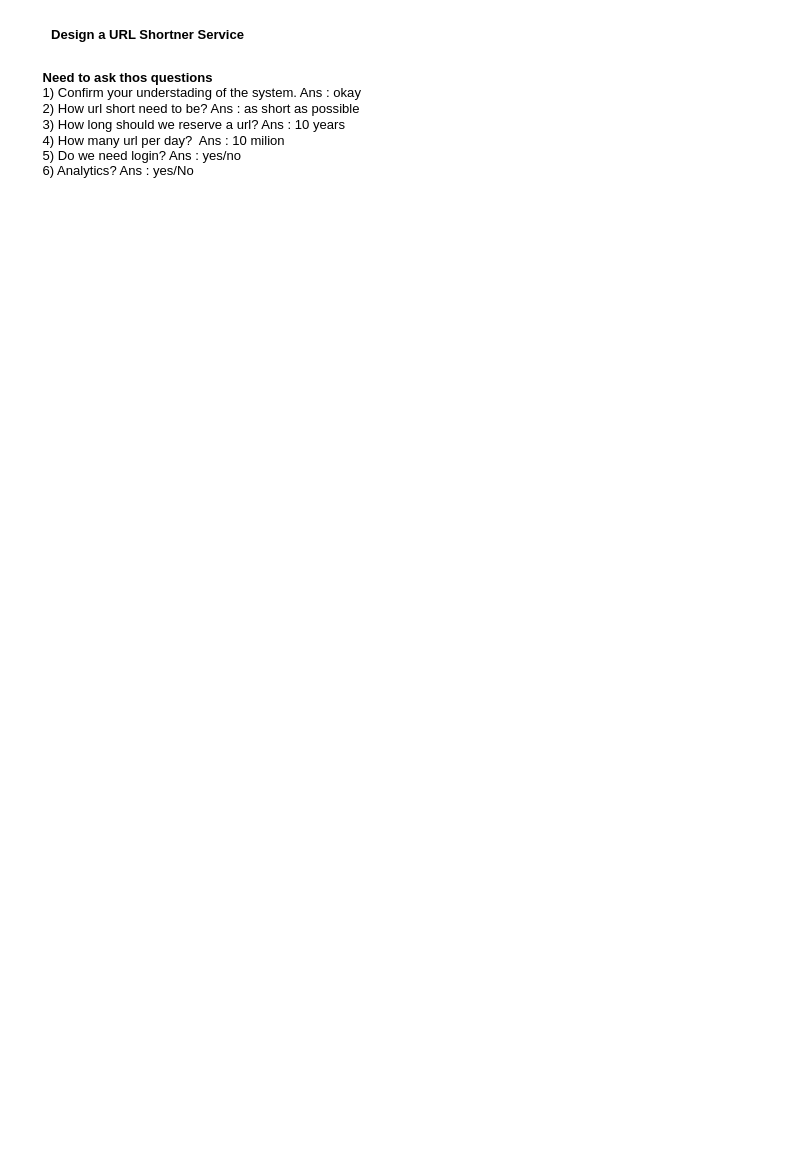
This is url-shortner.drawio from bappimazumder/system-design, a draw.io file, before an edit. Source tidied: cells renumbered, new cells numbered last; positions are measured from the earlier drawing's top-left corner, leaving out a move shared by most shapes. Both pictures are drawn from the tidied source at 109%, with x=0, y=0 at pixel (19, 19).
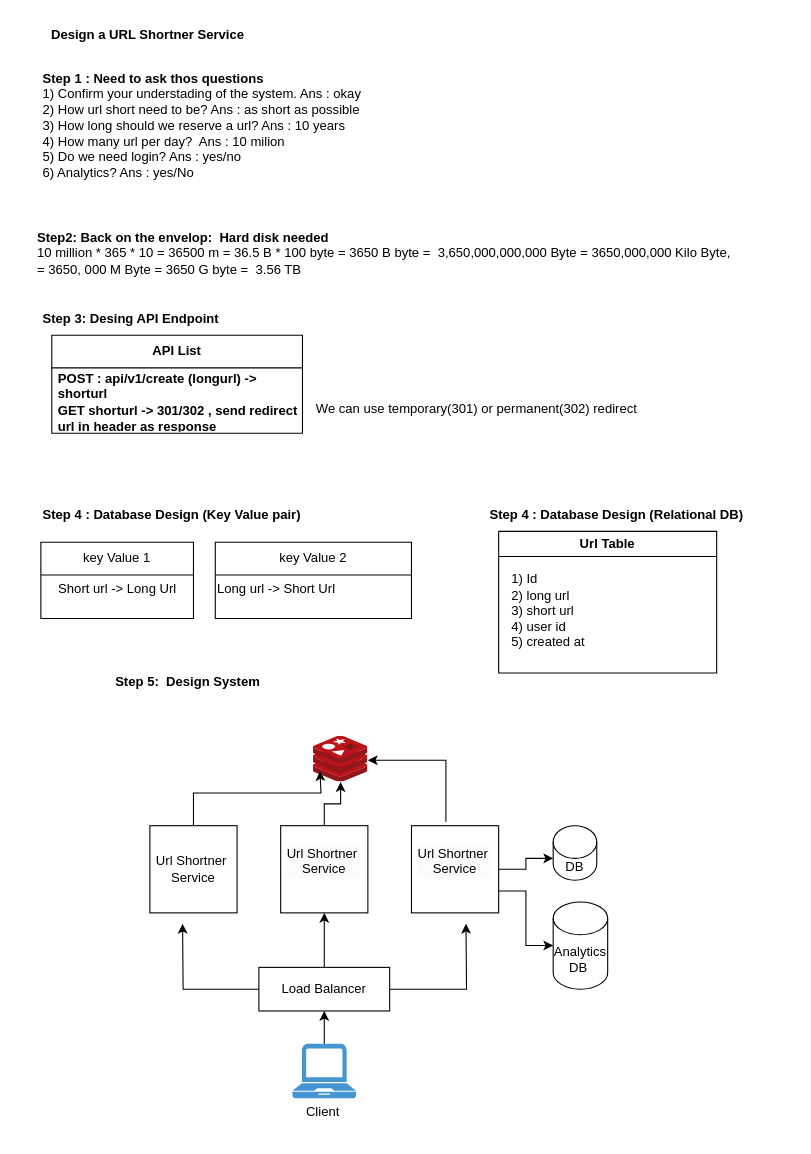
After the change.

The edit, as a diff of the source:
```diff
@@
-    <mxCell id="3" value="&lt;b&gt;Need to ask thos questions&lt;/b&gt;&lt;div&gt;1) Confirm your understading of the system. Ans : okay&lt;/div&gt;&lt;div&gt;2) How url short need to be? Ans : as short as possible&lt;/div&gt;&lt;div&gt;3) How long should we reserve a url? Ans : 10 years&lt;/div&gt;&lt;div&gt;4) How many url per day?&amp;nbsp; Ans : 10 milion&lt;/div&gt;&lt;div&gt;5) Do we need login? Ans : yes/no&lt;/div&gt;&lt;div&gt;6) Analytics? Ans : yes/No&lt;/div&gt;" style="text;html=1;align=left;verticalAlign=top;whiteSpace=wrap;rounded=0;" parent="1" vertex="1">
-      <mxGeometry x="20" y="40" width="420" height="120" as="geometry" />
+    <mxCell id="3" value="&lt;b&gt;Step 1 : Need to ask thos questions&lt;/b&gt;&lt;div&gt;1) Confirm your understading of the system. Ans : okay&lt;/div&gt;&lt;div&gt;2) How url short need to be? Ans : as short as possible&lt;/div&gt;&lt;div&gt;3) How long should we reserve a url? Ans : 10 years&lt;/div&gt;&lt;div&gt;4) How many url per day?&amp;nbsp; Ans : 10 milion&lt;/div&gt;&lt;div&gt;5) Do we need login? Ans : yes/no&lt;/div&gt;&lt;div&gt;6) Analytics? Ans : yes/No&lt;/div&gt;&lt;div&gt;&lt;br&gt;&lt;/div&gt;&lt;div&gt;&lt;br&gt;&lt;/div&gt;" style="text;html=1;align=left;verticalAlign=top;whiteSpace=wrap;rounded=0;" parent="1" vertex="1">
+      <mxGeometry x="20" y="41" width="650" height="119" as="geometry" />
     </mxCell>
+    <mxCell id="4" value="&lt;div style=&quot;text-align: left;&quot;&gt;&lt;b&gt;Step2: Back on the envelop:&amp;nbsp; Hard disk needed&lt;/b&gt;&amp;nbsp;&lt;/div&gt;&lt;div style=&quot;text-align: left;&quot;&gt;10 million * 365 * 10 = 36500 m = 36.5 B * 100 byte = 3650 B byte =&amp;nbsp;&amp;nbsp;3,650,000,000,000 Byte = 3650,000,000 Kilo Byte,&lt;/div&gt;&lt;div style=&quot;text-align: left;&quot;&gt;= 3650, 000 M Byte = 3650 G byte =&amp;nbsp; 3.56 TB&lt;/div&gt;" style="text;html=1;align=center;verticalAlign=middle;whiteSpace=wrap;rounded=0;" parent="1" vertex="1">
+      <mxGeometry x="10" y="180" width="650" height="70" as="geometry" />
+    </mxCell>
+    <mxCell id="5" value="Step 3: Desing API Endpoint&amp;nbsp;" style="text;html=1;align=left;verticalAlign=middle;whiteSpace=wrap;rounded=0;fontStyle=1;" parent="1" vertex="1">
+      <mxGeometry x="20" y="260" width="220" height="30" as="geometry" />
+    </mxCell>
+    <mxCell id="6" value="API List" style="swimlane;fontStyle=1;horizontal=1;startSize=30;whiteSpace=wrap;html=1;" parent="1" vertex="1">
+      <mxGeometry x="30" y="290" width="230" height="90" as="geometry" />
+    </mxCell>
+    <mxCell id="7" value="POST : api/v1/create (longurl) -&amp;gt; shorturl" style="text;strokeColor=none;fillColor=none;align=left;verticalAlign=middle;spacingLeft=4;spacingRight=4;overflow=hidden;whiteSpace=wrap;html=1;fontStyle=1;" parent="6" vertex="1">
+      <mxGeometry y="30" width="230" height="30" as="geometry" />
+    </mxCell>
+    <mxCell id="8" value="GET shorturl -&amp;gt; 301/302 , send redirect url in header as response" style="text;strokeColor=none;fillColor=none;align=left;verticalAlign=middle;spacingLeft=4;spacingRight=4;overflow=hidden;whiteSpace=wrap;html=1;fontStyle=1;" parent="6" vertex="1">
+      <mxGeometry y="60" width="230" height="30" as="geometry" />
+    </mxCell>
+    <mxCell id="9" value="We can use temporary(301) or permanent(302) redirect&lt;div&gt;&lt;br&gt;&lt;/div&gt;" style="text;html=1;align=center;verticalAlign=middle;whiteSpace=wrap;rounded=0;" parent="1" vertex="1">
+      <mxGeometry x="270" y="350" width="300" height="30" as="geometry" />
+    </mxCell>
+    <mxCell id="10" value="Step 4 : Database Design (Key Value pair)" style="text;html=1;align=left;verticalAlign=middle;whiteSpace=wrap;rounded=0;fontStyle=1;" parent="1" vertex="1">
+      <mxGeometry x="20" y="440" width="280" height="30" as="geometry" />
+    </mxCell>
+    <mxCell id="11" value="key Value 1" style="swimlane;fontStyle=0;horizontal=1;startSize=30;whiteSpace=wrap;html=1;" parent="1" vertex="1">
+      <mxGeometry x="20" y="480" width="140" height="70" as="geometry" />
+    </mxCell>
+    <mxCell id="12" value="Short url -&amp;gt; Long Url&lt;div&gt;&lt;br&gt;&lt;/div&gt;" style="text;html=1;align=center;verticalAlign=middle;strokeColor=none;fillColor=none;" parent="11" vertex="1">
+      <mxGeometry y="30" width="140" height="40" as="geometry" />
+    </mxCell>
+    <mxCell id="13" value="key Value 2" style="swimlane;fontStyle=0;horizontal=1;startSize=30;whiteSpace=wrap;html=1;" parent="1" vertex="1">
+      <mxGeometry x="180" y="480" width="180" height="70" as="geometry" />
+    </mxCell>
+    <mxCell id="14" value="Long url -&amp;gt; Short&amp;nbsp;&lt;span style=&quot;background-color: initial;&quot;&gt;Url&lt;/span&gt;&lt;div&gt;&lt;div&gt;&lt;br&gt;&lt;/div&gt;&lt;/div&gt;" style="text;html=1;align=left;verticalAlign=middle;strokeColor=none;fillColor=none;" parent="13" vertex="1">
+      <mxGeometry y="30" width="180" height="40" as="geometry" />
+    </mxCell>
+    <mxCell id="15" value="Step 4 : Database Design (Relational DB)" style="text;html=1;align=left;verticalAlign=middle;whiteSpace=wrap;rounded=0;fontStyle=1;" parent="1" vertex="1">
+      <mxGeometry x="430" y="440" width="280" height="30" as="geometry" />
+    </mxCell>
+    <mxCell id="16" value="Url Table" style="swimlane;whiteSpace=wrap;html=1;" parent="1" vertex="1">
+      <mxGeometry x="440" y="470" width="200" height="130" as="geometry" />
+    </mxCell>
+    <mxCell id="17" value="1) Id&amp;nbsp;&lt;div&gt;2) long url&amp;nbsp;&lt;/div&gt;&lt;div&gt;3) short url&amp;nbsp;&lt;/div&gt;&lt;div&gt;4) user id&amp;nbsp;&lt;/div&gt;&lt;div&gt;5) created at&lt;/div&gt;&lt;div&gt;&lt;br&gt;&lt;/div&gt;" style="text;html=1;align=left;verticalAlign=middle;strokeColor=none;fillColor=none;" parent="16" vertex="1">
+      <mxGeometry x="10" y="30" width="90" height="100" as="geometry" />
+    </mxCell>
+    <mxCell id="18" value="Step 5:&amp;nbsp; Design System&lt;div&gt;&lt;br&gt;&lt;/div&gt;" style="text;html=1;align=center;verticalAlign=middle;whiteSpace=wrap;rounded=0;fontStyle=1;" parent="1" vertex="1">
+      <mxGeometry x="20" y="600" width="270" height="30" as="geometry" />
+    </mxCell>
+    <mxCell id="19" style="edgeStyle=orthogonalEdgeStyle;rounded=0;jettySize=auto;html=1;" parent="1" edge="1" source="22">
+      <mxGeometry relative="1" as="geometry">
+        <mxPoint x="150" y="830" as="targetPoint" />
+      </mxGeometry>
+    </mxCell>
+    <mxCell id="20" style="edgeStyle=orthogonalEdgeStyle;rounded=0;jettySize=auto;html=1;entryX=0.5;entryY=1;entryDx=0;entryDy=0;" parent="1" edge="1" source="22" target="26">
+      <mxGeometry relative="1" as="geometry" />
+    </mxCell>
+    <mxCell id="21" style="edgeStyle=orthogonalEdgeStyle;rounded=0;jettySize=auto;html=1;exitX=1;exitY=0.5;exitDx=0;exitDy=0;" parent="1" edge="1" source="22">
+      <mxGeometry relative="1" as="geometry">
+        <mxPoint x="410" y="830" as="targetPoint" />
+      </mxGeometry>
+    </mxCell>
+    <mxCell id="22" value="Load Balancer" style="rounded=0;whiteSpace=wrap;html=1;" parent="1" vertex="1">
+      <mxGeometry x="220" y="870" width="120" height="40" as="geometry" />
+    </mxCell>
+    <mxCell id="23" style="edgeStyle=orthogonalEdgeStyle;rounded=0;jettySize=auto;html=1;entryX=0.5;entryY=1;entryDx=0;entryDy=0;" parent="1" edge="1" source="24" target="22">
+      <mxGeometry relative="1" as="geometry" />
+    </mxCell>
+    <mxCell id="24" style="shadow=0;dashed=0;html=1;strokeColor=none;fillColor=#4495D1;labelPosition=center;verticalLabelPosition=bottom;verticalAlign=top;align=center;outlineConnect=0;shape=mxgraph.veeam.laptop;" parent="1" vertex="1">
+      <mxGeometry x="250.8" y="940" width="58.4" height="50" as="geometry" />
+    </mxCell>
+    <mxCell id="25" value="Url Shortner&amp;nbsp;&lt;div&gt;Service&lt;/div&gt;" style="whiteSpace=wrap;html=1;" parent="1" vertex="1">
+      <mxGeometry x="120" y="740" width="80" height="80" as="geometry" />
+    </mxCell>
+    <mxCell id="26" value="&#10;&lt;span style=&quot;color: rgb(0, 0, 0); font-family: Helvetica; font-size: 12px; font-style: normal; font-variant-ligatures: normal; font-variant-caps: normal; font-weight: 400; letter-spacing: normal; orphans: 2; text-align: center; text-indent: 0px; text-transform: none; widows: 2; word-spacing: 0px; -webkit-text-stroke-width: 0px; white-space: normal; background-color: rgb(251, 251, 251); text-decoration-thickness: initial; text-decoration-style: initial; text-decoration-color: initial; display: inline !important; float: none;&quot;&gt;Url Shortner&amp;nbsp;&lt;/span&gt;&lt;div style=&quot;forced-color-adjust: none; color: rgb(0, 0, 0); font-family: Helvetica; font-size: 12px; font-style: normal; font-variant-ligatures: normal; font-variant-caps: normal; font-weight: 400; letter-spacing: normal; orphans: 2; text-align: center; text-indent: 0px; text-transform: none; widows: 2; word-spacing: 0px; -webkit-text-stroke-width: 0px; white-space: normal; background-color: rgb(251, 251, 251); text-decoration-thickness: initial; text-decoration-style: initial; text-decoration-color: initial;&quot;&gt;Service&lt;/div&gt;&#10;&#10;" style="whiteSpace=wrap;html=1;" parent="1" vertex="1">
+      <mxGeometry x="240" y="740" width="80" height="80" as="geometry" />
+    </mxCell>
+    <mxCell id="27" style="edgeStyle=orthogonalEdgeStyle;rounded=0;jettySize=auto;html=1;exitX=0.395;exitY=-0.045;exitDx=0;exitDy=0;exitPerimeter=0;" parent="1" edge="1" source="28" target="30">
+      <mxGeometry relative="1" as="geometry">
+        <Array as="points">
+          <mxPoint x="392" y="680" />
+        </Array>
+      </mxGeometry>
+    </mxCell>
+    <mxCell id="28" value="&#10;&lt;span style=&quot;color: rgb(0, 0, 0); font-family: Helvetica; font-size: 12px; font-style: normal; font-variant-ligatures: normal; font-variant-caps: normal; font-weight: 400; letter-spacing: normal; orphans: 2; text-align: center; text-indent: 0px; text-transform: none; widows: 2; word-spacing: 0px; -webkit-text-stroke-width: 0px; white-space: normal; background-color: rgb(251, 251, 251); text-decoration-thickness: initial; text-decoration-style: initial; text-decoration-color: initial; display: inline !important; float: none;&quot;&gt;Url Shortner&amp;nbsp;&lt;/span&gt;&lt;div style=&quot;forced-color-adjust: none; color: rgb(0, 0, 0); font-family: Helvetica; font-size: 12px; font-style: normal; font-variant-ligatures: normal; font-variant-caps: normal; font-weight: 400; letter-spacing: normal; orphans: 2; text-align: center; text-indent: 0px; text-transform: none; widows: 2; word-spacing: 0px; -webkit-text-stroke-width: 0px; white-space: normal; background-color: rgb(251, 251, 251); text-decoration-thickness: initial; text-decoration-style: initial; text-decoration-color: initial;&quot;&gt;Service&lt;/div&gt;&#10;&#10;" style="whiteSpace=wrap;html=1;" parent="1" vertex="1">
+      <mxGeometry x="360" y="740" width="80" height="80" as="geometry" />
+    </mxCell>
+    <mxCell id="29" value="DB" style="shape=cylinder3;whiteSpace=wrap;html=1;boundedLbl=1;backgroundOutline=1;size=15;" parent="1" vertex="1">
+      <mxGeometry x="490" y="740" width="40" height="50" as="geometry" />
+    </mxCell>
+    <mxCell id="30" style="image;sketch=0;html=1;points=[];align=center;fontSize=12;image=img/lib/mscae/Cache_Redis_Product.svg;" parent="1" vertex="1">
+      <mxGeometry x="270" y="658" width="50" height="42" as="geometry" />
+    </mxCell>
+    <mxCell id="31" style="edgeStyle=orthogonalEdgeStyle;rounded=0;jettySize=auto;html=1;" parent="1" edge="1" source="26" target="30">
+      <mxGeometry relative="1" as="geometry" />
+    </mxCell>
+    <mxCell id="32" style="edgeStyle=orthogonalEdgeStyle;rounded=0;jettySize=auto;html=1;" parent="1" edge="1" source="25">
+      <mxGeometry relative="1" as="geometry">
+        <mxPoint x="276" y="690" as="targetPoint" />
+        <Array as="points">
+          <mxPoint x="160" y="710" />
+          <mxPoint x="277" y="710" />
+        </Array>
+      </mxGeometry>
+    </mxCell>
+    <mxCell id="33" style="edgeStyle=orthogonalEdgeStyle;rounded=0;jettySize=auto;html=1;entryX=0;entryY=0;entryDx=0;entryDy=30;entryPerimeter=0;" parent="1" edge="1" source="28" target="29">
+      <mxGeometry relative="1" as="geometry" />
+    </mxCell>
+    <mxCell id="34" value="Client&lt;div&gt;&lt;br&gt;&lt;/div&gt;" style="text;html=1;align=center;verticalAlign=middle;whiteSpace=wrap;rounded=0;" parent="1" vertex="1">
+      <mxGeometry x="249.2" y="1000" width="60" height="20" as="geometry" />
+    </mxCell>
+    <mxCell id="35" value="Analytics DB&amp;nbsp;" style="shape=cylinder3;whiteSpace=wrap;html=1;boundedLbl=1;backgroundOutline=1;size=15;" parent="1" vertex="1">
+      <mxGeometry x="490" y="810" width="50" height="80" as="geometry" />
+    </mxCell>
+    <mxCell id="36" style="edgeStyle=orthogonalEdgeStyle;rounded=0;jettySize=auto;html=1;exitX=1;exitY=0.75;exitDx=0;exitDy=0;entryX=0;entryY=0.5;entryDx=0;entryDy=0;entryPerimeter=0;" parent="1" edge="1" source="28" target="35">
+      <mxGeometry relative="1" as="geometry" />
+    </mxCell>
```
